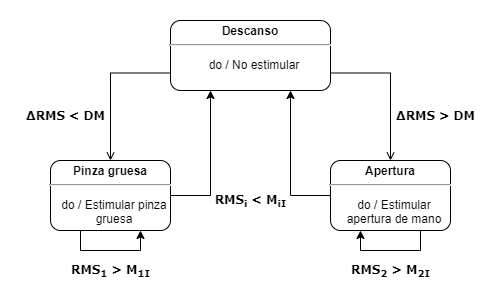
EnriqueMC557/Reporte_LIB keeps this draw.io diagram as figures/FSM_Control.png. Above is the earlier version. Source tidied: cells renumbered, new cells last; positions are measured from the earlier drawing's top-left corner, leaving out a move shared by most shapes.
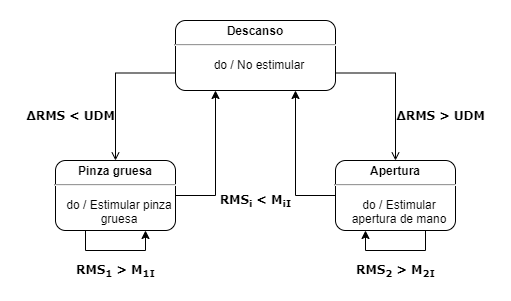
After the change.

Change to the diagram source:
```diff
@@ -23,11 +23,11 @@
     <mxCell id="8" value="&lt;p style=&quot;margin: 4px 0px 0px;&quot;&gt;&lt;b&gt;Pinza gruesa&lt;/b&gt;&lt;/p&gt;&lt;hr&gt;&lt;p&gt;&lt;/p&gt;&lt;p style=&quot;margin: 0px 0px 0px 8px;&quot;&gt;do / Estimular pinza gruesa&lt;br&gt;&lt;/p&gt;" style="shape=mxgraph.sysml.simpleState;html=1;overflow=fill;whiteSpace=wrap;align=center;" parent="1" vertex="1">
       <mxGeometry x="30" y="140" width="120" height="70" as="geometry" />
     </mxCell>
-    <mxCell id="9" value="&lt;b&gt;&lt;font face=&quot;Verdana&quot;&gt;ΔRMS &amp;gt; DM&lt;br&gt;&lt;/font&gt;&lt;/b&gt;" style="text;html=1;align=center;verticalAlign=middle;" parent="1" vertex="1">
-      <mxGeometry x="369.5" y="85" width="90" height="20" as="geometry" />
+    <mxCell id="9" value="&lt;b&gt;&lt;font face=&quot;Verdana&quot;&gt;ΔRMS &amp;gt; UDM&lt;br&gt;&lt;/font&gt;&lt;/b&gt;" style="text;html=1;align=center;verticalAlign=middle;" parent="1" vertex="1">
+      <mxGeometry x="364.5" y="85" width="100" height="20" as="geometry" />
     </mxCell>
-    <mxCell id="10" value="&lt;b&gt;&lt;font face=&quot;Verdana&quot;&gt;ΔRMS &amp;lt; DM&lt;br&gt;&lt;/font&gt;&lt;/b&gt;" style="text;html=1;align=center;verticalAlign=middle;" parent="1" vertex="1">
-      <mxGeometry y="85" width="90" height="20" as="geometry" />
+    <mxCell id="10" value="&lt;b&gt;&lt;font face=&quot;Verdana&quot;&gt;ΔRMS &amp;lt; UDM&lt;br&gt;&lt;/font&gt;&lt;/b&gt;" style="text;html=1;align=center;verticalAlign=middle;" parent="1" vertex="1">
+      <mxGeometry x="-5" y="85" width="100" height="20" as="geometry" />
     </mxCell>
     <mxCell id="11" value="&lt;b&gt;&lt;font face=&quot;Verdana&quot;&gt;RMS&lt;sub&gt;i&lt;/sub&gt;&amp;nbsp;&amp;lt; M&lt;sub&gt;iI&lt;/sub&gt;&lt;/font&gt;&lt;/b&gt;" style="text;html=1;align=center;verticalAlign=middle;" parent="1" vertex="1">
       <mxGeometry x="185" y="170" width="90" height="20" as="geometry" />
```
